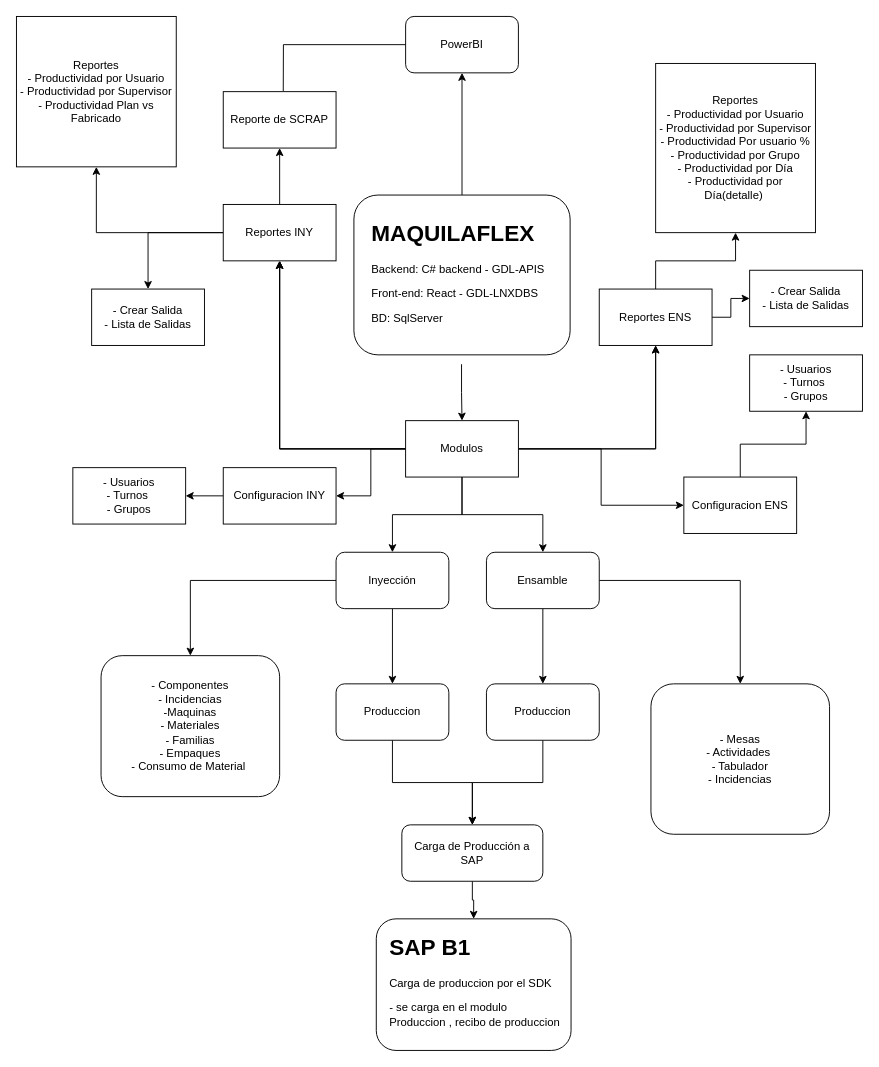
Before: Maquilaflex_Diagrama_general.drawio in chrisflexi/minimal-dashboard, a draw.io diagram. Source tidied: cells renumbered, new cells numbered last; positions are measured from the earlier drawing's top-left corner, leaving out a move shared by most shapes. Both pictures are drawn from the tidied source at 94%, with x=0, y=0 at pixel (16, 16).
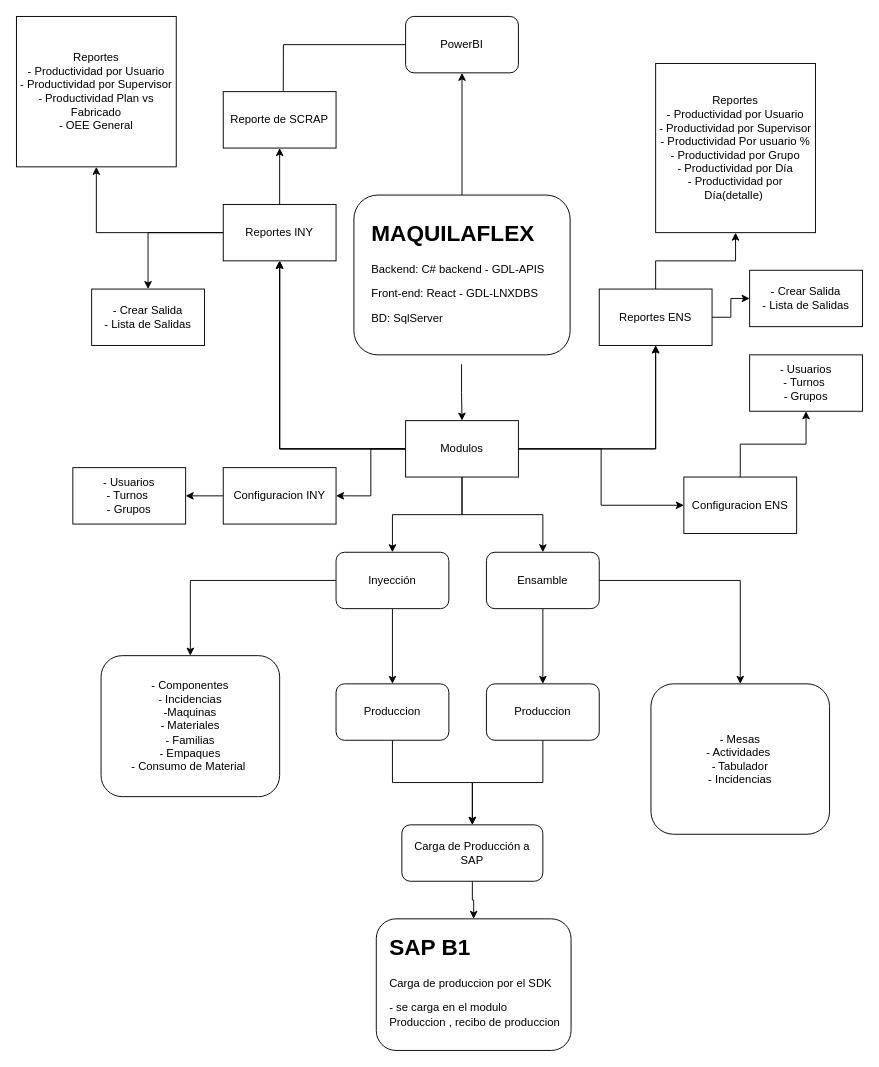
After the change.

What changed in the source:
```diff
@@
-    <mxCell id="48" value="Reportes&lt;div&gt;- Productividad por Usuario&lt;/div&gt;&lt;div&gt;- Productividad&amp;nbsp;por Supervisor&lt;/div&gt;&lt;div&gt;- Productividad Plan vs Fabricado&lt;/div&gt;" style="whiteSpace=wrap;html=1;" parent="1" vertex="1">
+    <mxCell id="48" value="Reportes&lt;div&gt;- Productividad por Usuario&lt;/div&gt;&lt;div&gt;- Productividad&amp;nbsp;por Supervisor&lt;/div&gt;&lt;div&gt;- Productividad Plan vs Fabricado&lt;/div&gt;&lt;div&gt;- OEE General&lt;/div&gt;" style="whiteSpace=wrap;html=1;" parent="1" vertex="1">
       <mxGeometry width="170" height="160" as="geometry" />
     </mxCell>
```
